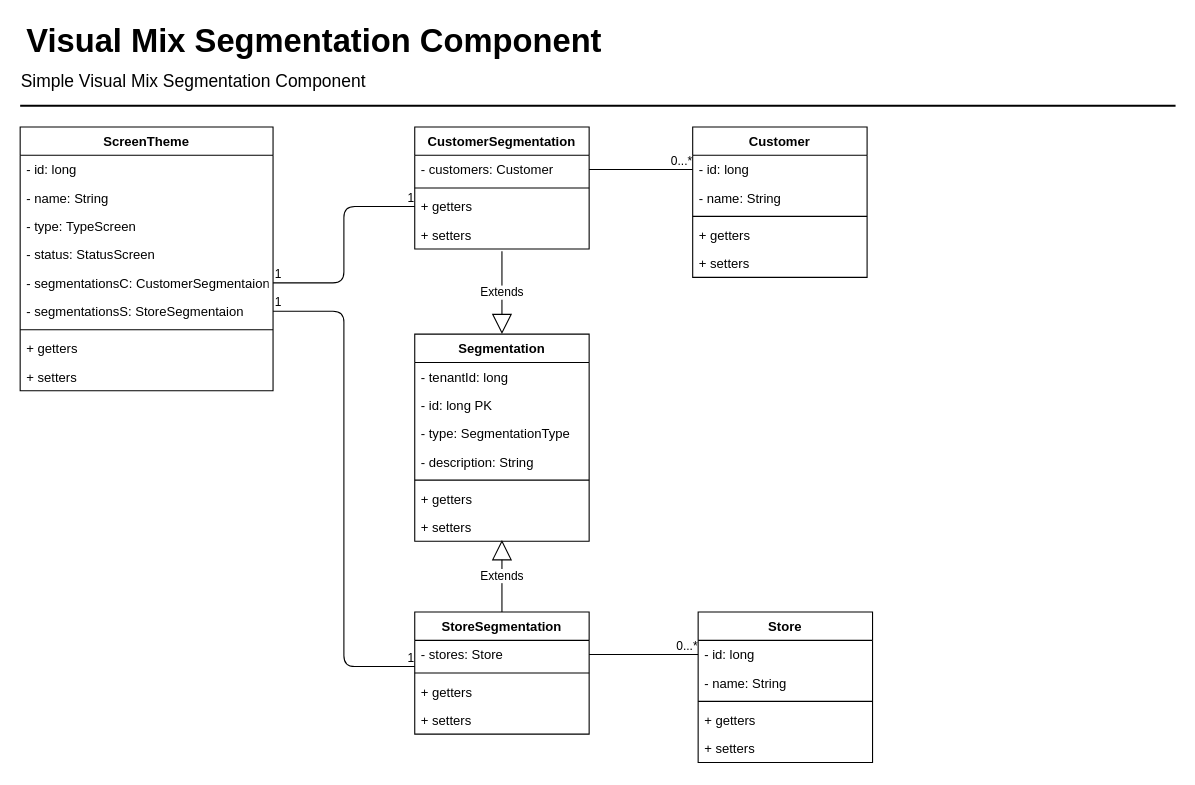
Before: page "Copy of Data Communication" (2 of 2) of segmentation-component.drawio in Wiu0/diagram, a draw.io diagram. Source tidied: cells renumbered, new cells numbered last; positions are measured from the earlier drawing's top-left corner, leaving out a move shared by most shapes. Both pictures are drawn from the tidied source at 109%, with x=0, y=0 at pixel (19, 17).
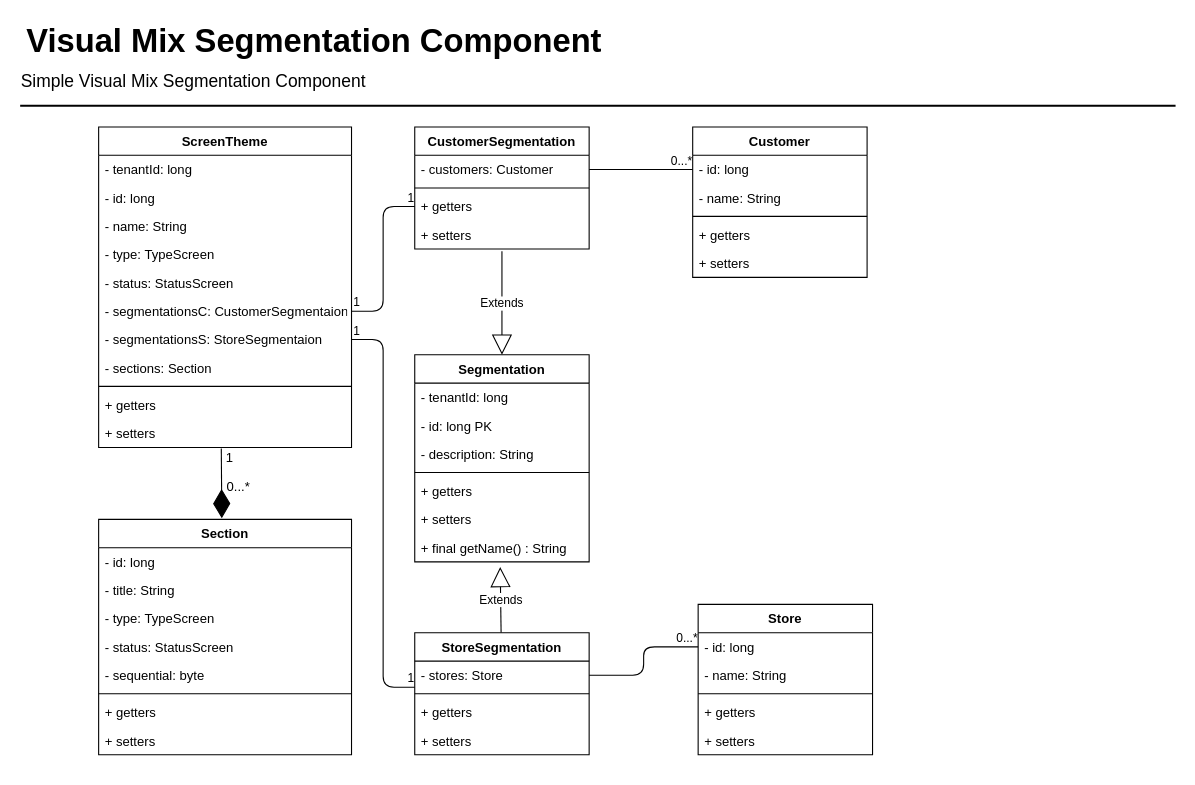
After the change.

Change to the diagram source:
```diff
@@
-    <mxCell id="8" value="ScreenTheme" style="swimlane;fontStyle=1;align=center;verticalAlign=top;horizontal=1;startSize=26;" parent="1" vertex="1">
-      <mxGeometry x="1" y="100" width="232" height="242" as="geometry" />
-    </mxCell>
-    <mxCell id="9" value="- id: long" style="text;strokeColor=none;fillColor=none;align=left;verticalAlign=top;spacingLeft=4;spacingRight=4;overflow=hidden;" parent="8" vertex="1">
-      <mxGeometry y="26" width="232" height="26" as="geometry" />
-    </mxCell>
-    <mxCell id="10" value="- name: String" style="text;strokeColor=none;fillColor=none;align=left;verticalAlign=top;spacingLeft=4;spacingRight=4;overflow=hidden;" parent="8" vertex="1">
-      <mxGeometry y="52" width="232" height="26" as="geometry" />
-    </mxCell>
-    <mxCell id="11" value="- type: TypeScreen" style="text;strokeColor=none;fillColor=none;align=left;verticalAlign=top;spacingLeft=4;spacingRight=4;overflow=hidden;" parent="8" vertex="1">
-      <mxGeometry y="78" width="232" height="26" as="geometry" />
-    </mxCell>
-    <mxCell id="12" value="- status: StatusScreen" style="text;strokeColor=none;fillColor=none;align=left;verticalAlign=top;spacingLeft=4;spacingRight=4;overflow=hidden;" parent="8" vertex="1">
-      <mxGeometry y="104" width="232" height="26" as="geometry" />
-    </mxCell>
-    <mxCell id="13" value="- segmentationsC: CustomerSegmentaion" style="text;strokeColor=none;fillColor=none;align=left;verticalAlign=top;spacingLeft=4;spacingRight=4;overflow=hidden;points=[[0,0.5],[1,0.5]];portConstraint=eastwest;" parent="8" vertex="1">
-      <mxGeometry y="130" width="232" height="26" as="geometry" />
-    </mxCell>
-    <mxCell id="14" value="- segmentationsS: StoreSegmentaion" style="text;strokeColor=none;fillColor=none;align=left;verticalAlign=top;spacingLeft=4;spacingRight=4;overflow=hidden;points=[[0,0.5],[1,0.5]];portConstraint=eastwest;" parent="8" vertex="1">
-      <mxGeometry y="156" width="232" height="26" as="geometry" />
-    </mxCell>
-    <mxCell id="15" style="line;strokeWidth=1;fillColor=none;align=left;verticalAlign=middle;spacingTop=-1;spacingLeft=3;spacingRight=3;labelPosition=right;" parent="8" vertex="1">
-      <mxGeometry y="182" width="232" height="8" as="geometry" />
-    </mxCell>
-    <mxCell id="16" value="+ getters" style="text;strokeColor=none;fillColor=none;align=left;verticalAlign=top;spacingLeft=4;spacingRight=4;overflow=hidden;" parent="8" vertex="1">
-      <mxGeometry y="190" width="232" height="26" as="geometry" />
-    </mxCell>
-    <mxCell id="17" value="+ setters" style="text;strokeColor=none;fillColor=none;align=left;verticalAlign=top;spacingLeft=4;spacingRight=4;overflow=hidden;points=[[0,0.5],[1,0.5]];portConstraint=eastwest;" parent="8" vertex="1">
-      <mxGeometry y="216" width="232" height="26" as="geometry" />
-    </mxCell>
@@
-    <mxCell id="37" value="Extends" style="endArrow=block;endSize=16;endFill=0;html=1;entryX=0.5;entryY=0.962;entryDx=0;entryDy=0;entryPerimeter=0;" parent="1" edge="1" source="38" target="56">
+    <mxCell id="37" value="Extends" style="endArrow=block;endSize=16;endFill=0;html=1;entryX=0.49;entryY=1.179;entryDx=0;entryDy=0;entryPerimeter=0;" parent="1" edge="1" source="38" target="71">
       <mxGeometry relative="1" as="geometry" />
     </mxCell>
+    <mxCell id="8" value="ScreenTheme" style="swimlane;fontStyle=1;align=center;verticalAlign=top;horizontal=1;startSize=26;" parent="1" vertex="1">
+      <mxGeometry x="73" y="100" width="232" height="294" as="geometry" />
+    </mxCell>
+    <mxCell id="57" value="- tenantId: long" style="text;strokeColor=none;fillColor=none;align=left;verticalAlign=top;spacingLeft=4;spacingRight=4;overflow=hidden;" parent="8" vertex="1">
+      <mxGeometry y="26" width="232" height="26" as="geometry" />
+    </mxCell>
+    <mxCell id="9" value="- id: long" style="text;strokeColor=none;fillColor=none;align=left;verticalAlign=top;spacingLeft=4;spacingRight=4;overflow=hidden;" parent="8" vertex="1">
+      <mxGeometry y="52" width="232" height="26" as="geometry" />
+    </mxCell>
+    <mxCell id="10" value="- name: String" style="text;strokeColor=none;fillColor=none;align=left;verticalAlign=top;spacingLeft=4;spacingRight=4;overflow=hidden;" parent="8" vertex="1">
+      <mxGeometry y="78" width="232" height="26" as="geometry" />
+    </mxCell>
+    <mxCell id="11" value="- type: TypeScreen" style="text;strokeColor=none;fillColor=none;align=left;verticalAlign=top;spacingLeft=4;spacingRight=4;overflow=hidden;" parent="8" vertex="1">
+      <mxGeometry y="104" width="232" height="26" as="geometry" />
+    </mxCell>
+    <mxCell id="12" value="- status: StatusScreen" style="text;strokeColor=none;fillColor=none;align=left;verticalAlign=top;spacingLeft=4;spacingRight=4;overflow=hidden;" parent="8" vertex="1">
+      <mxGeometry y="130" width="232" height="26" as="geometry" />
+    </mxCell>
+    <mxCell id="13" value="- segmentationsC: CustomerSegmentaion" style="text;strokeColor=none;fillColor=none;align=left;verticalAlign=top;spacingLeft=4;spacingRight=4;overflow=hidden;points=[[0,0.5],[1,0.5]];portConstraint=eastwest;" parent="8" vertex="1">
+      <mxGeometry y="156" width="232" height="26" as="geometry" />
+    </mxCell>
+    <mxCell id="14" value="- segmentationsS: StoreSegmentaion" style="text;strokeColor=none;fillColor=none;align=left;verticalAlign=top;spacingLeft=4;spacingRight=4;overflow=hidden;points=[[0,0.5],[1,0.5]];portConstraint=eastwest;" parent="8" vertex="1">
+      <mxGeometry y="182" width="232" height="26" as="geometry" />
+    </mxCell>
+    <mxCell id="58" value="- sections: Section" style="text;strokeColor=none;fillColor=none;align=left;verticalAlign=top;spacingLeft=4;spacingRight=4;overflow=hidden;" parent="8" vertex="1">
+      <mxGeometry y="208" width="232" height="26" as="geometry" />
+    </mxCell>
+    <mxCell id="15" style="line;strokeWidth=1;fillColor=none;align=left;verticalAlign=middle;spacingTop=-1;spacingLeft=3;spacingRight=3;labelPosition=right;" parent="8" vertex="1">
+      <mxGeometry y="234" width="232" height="8" as="geometry" />
+    </mxCell>
+    <mxCell id="16" value="+ getters" style="text;strokeColor=none;fillColor=none;align=left;verticalAlign=top;spacingLeft=4;spacingRight=4;overflow=hidden;" parent="8" vertex="1">
+      <mxGeometry y="242" width="232" height="26" as="geometry" />
+    </mxCell>
+    <mxCell id="17" value="+ setters" style="text;strokeColor=none;fillColor=none;align=left;verticalAlign=top;spacingLeft=4;spacingRight=4;overflow=hidden;points=[[0,0.5],[1,0.5]];portConstraint=eastwest;" parent="8" vertex="1">
+      <mxGeometry y="268" width="232" height="26" as="geometry" />
+    </mxCell>
+    <mxCell id="59" style="endArrow=diamondThin;endFill=1;endSize=24;html=1;exitX=0.485;exitY=1.038;exitDx=0;exitDy=0;exitPerimeter=0;" parent="1" edge="1" source="17">
+      <mxGeometry relative="1" as="geometry">
+        <mxPoint x="186" y="459" as="targetPoint" />
+      </mxGeometry>
+    </mxCell>
+    <mxCell id="60" value="Section" style="swimlane;fontStyle=1;align=center;verticalAlign=top;horizontal=1;startSize=26;" parent="1" vertex="1">
+      <mxGeometry x="73" y="460" width="232" height="216" as="geometry" />
+    </mxCell>
+    <mxCell id="61" value="- id: long" style="text;strokeColor=none;fillColor=none;align=left;verticalAlign=top;spacingLeft=4;spacingRight=4;overflow=hidden;" parent="60" vertex="1">
+      <mxGeometry y="26" width="232" height="26" as="geometry" />
+    </mxCell>
+    <mxCell id="62" value="- title: String" style="text;strokeColor=none;fillColor=none;align=left;verticalAlign=top;spacingLeft=4;spacingRight=4;overflow=hidden;" parent="60" vertex="1">
+      <mxGeometry y="52" width="232" height="26" as="geometry" />
+    </mxCell>
+    <mxCell id="63" value="- type: TypeScreen" style="text;strokeColor=none;fillColor=none;align=left;verticalAlign=top;spacingLeft=4;spacingRight=4;overflow=hidden;" parent="60" vertex="1">
+      <mxGeometry y="78" width="232" height="26" as="geometry" />
+    </mxCell>
+    <mxCell id="64" value="- status: StatusScreen" style="text;strokeColor=none;fillColor=none;align=left;verticalAlign=top;spacingLeft=4;spacingRight=4;overflow=hidden;" parent="60" vertex="1">
+      <mxGeometry y="104" width="232" height="26" as="geometry" />
+    </mxCell>
+    <mxCell id="65" value="- sequential: byte" style="text;strokeColor=none;fillColor=none;align=left;verticalAlign=top;spacingLeft=4;spacingRight=4;overflow=hidden;" parent="60" vertex="1">
+      <mxGeometry y="130" width="232" height="26" as="geometry" />
+    </mxCell>
+    <mxCell id="66" style="line;strokeWidth=1;fillColor=none;align=left;verticalAlign=middle;spacingTop=-1;spacingLeft=3;spacingRight=3;labelPosition=right;" parent="60" vertex="1">
+      <mxGeometry y="156" width="232" height="8" as="geometry" />
+    </mxCell>
+    <mxCell id="67" value="+ getters" style="text;strokeColor=none;fillColor=none;align=left;verticalAlign=top;spacingLeft=4;spacingRight=4;overflow=hidden;" parent="60" vertex="1">
+      <mxGeometry y="164" width="232" height="26" as="geometry" />
+    </mxCell>
+    <mxCell id="68" value="+ setters" style="text;strokeColor=none;fillColor=none;align=left;verticalAlign=top;spacingLeft=4;spacingRight=4;overflow=hidden;" parent="60" vertex="1">
+      <mxGeometry y="190" width="232" height="26" as="geometry" />
+    </mxCell>
+    <mxCell id="69" value="1" style="text;html=1;align=center;verticalAlign=middle;" parent="1" vertex="1">
+      <mxGeometry x="183" y="394" width="20" height="20" as="geometry" />
+    </mxCell>
+    <mxCell id="70" value="0...*" style="text;html=1;align=center;verticalAlign=middle;" parent="1" vertex="1">
+      <mxGeometry x="183" y="420" width="35" height="20" as="geometry" />
+    </mxCell>
     <mxCell id="38" value="StoreSegmentation" style="swimlane;fontStyle=1;align=center;verticalAlign=top;horizontal=1;startSize=26;" parent="1" vertex="1">
-      <mxGeometry x="363" y="545" width="160" height="112" as="geometry" />
+      <mxGeometry x="363" y="564" width="160" height="112" as="geometry" />
     </mxCell>
@@
     <mxCell id="43" value="Store" style="swimlane;fontStyle=1;align=center;verticalAlign=top;horizontal=1;startSize=26;" parent="1" vertex="1">
-      <mxGeometry x="623" y="545" width="160" height="138" as="geometry" />
+      <mxGeometry x="623" y="538" width="160" height="138" as="geometry" />
     </mxCell>
@@
     <mxCell id="49" value="Segmentation" style="swimlane;fontStyle=1;align=center;verticalAlign=top;horizontal=1;startSize=26;" parent="1" vertex="1">
-      <mxGeometry x="363" y="290" width="160" height="190" as="geometry" />
+      <mxGeometry x="363" y="309" width="160" height="190" as="geometry" />
     </mxCell>
@@
-    <mxCell id="52" value="- type: SegmentationType" style="text;strokeColor=none;fillColor=none;align=left;verticalAlign=top;spacingLeft=4;spacingRight=4;overflow=hidden;" parent="49" vertex="1">
-      <mxGeometry y="78" width="160" height="26" as="geometry" />
-    </mxCell>
     <mxCell id="53" value="- description: String" style="text;strokeColor=none;fillColor=none;align=left;verticalAlign=top;spacingLeft=4;spacingRight=4;overflow=hidden;" parent="49" vertex="1">
-      <mxGeometry y="104" width="160" height="26" as="geometry" />
+      <mxGeometry y="78" width="160" height="26" as="geometry" />
     </mxCell>
     <mxCell id="54" style="line;strokeWidth=1;fillColor=none;align=left;verticalAlign=middle;spacingTop=-1;spacingLeft=3;spacingRight=3;labelPosition=right;" parent="49" vertex="1">
-      <mxGeometry y="130" width="160" height="8" as="geometry" />
+      <mxGeometry y="104" width="160" height="8" as="geometry" />
     </mxCell>
     <mxCell id="55" value="+ getters" style="text;strokeColor=none;fillColor=none;align=left;verticalAlign=top;spacingLeft=4;spacingRight=4;overflow=hidden;" parent="49" vertex="1">
-      <mxGeometry y="138" width="160" height="26" as="geometry" />
+      <mxGeometry y="112" width="160" height="26" as="geometry" />
     </mxCell>
     <mxCell id="56" value="+ setters" style="text;strokeColor=none;fillColor=none;align=left;verticalAlign=top;spacingLeft=4;spacingRight=4;overflow=hidden;points=[[0,0.5],[1,0.5]];portConstraint=eastwest;" parent="49" vertex="1">
-      <mxGeometry y="164" width="160" height="26" as="geometry" />
+      <mxGeometry y="138" width="160" height="26" as="geometry" />
     </mxCell>
+    <mxCell id="71" value="+ final getName() : String" style="text;strokeColor=none;fillColor=none;align=left;verticalAlign=top;spacingLeft=4;spacingRight=4;overflow=hidden;points=[[0,0.5],[1,0.5]];portConstraint=eastwest;" parent="49" vertex="1">
+      <mxGeometry y="164" width="160" height="26" as="geometry" />
+    </mxCell>
```
